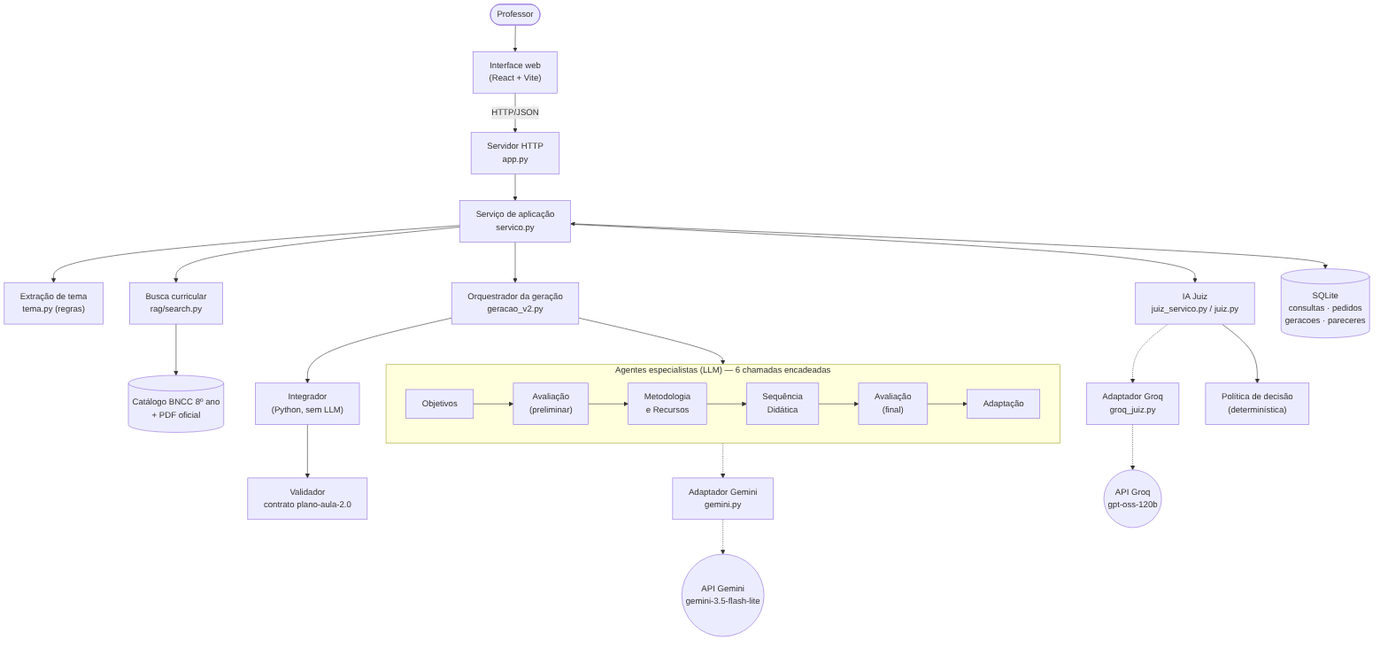
Earlier version of the Mermaid export docs/diagramas/final/componentes.png (Carneiro-Joao/tcc-plataforma-multiagente). Its source is kept beside it as docs/diagramas/final/componentes.mmd.
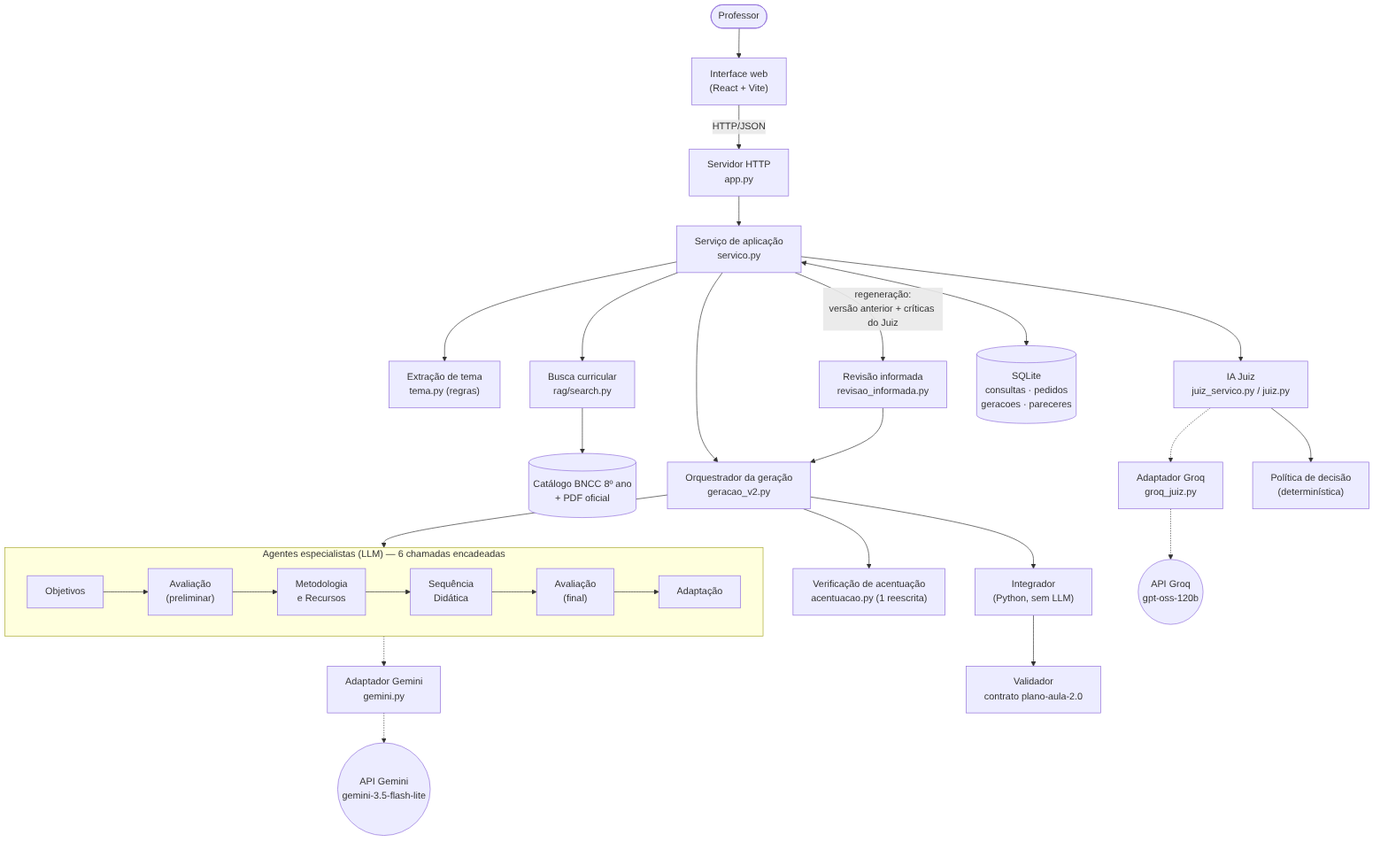
After the commit.

Commit message:
docs(diagramas): componentes com revisao informada e verificacao de acentuacao; SVGs de atividades e sequencia regenerados

The edit, as a diff of the source:
```diff
@@ -6,6 +6,9 @@
     SV --> RAG["Busca curricular<br/>rag/search.py"]
     RAG --> CAT[("Catálogo BNCC 8º ano<br/>+ PDF oficial")]
     SV --> ORQ["Orquestrador da geração<br/>geracao_v2.py"]
+    SV -->|"regeneração:<br/>versão anterior + críticas do Juiz"| REV["Revisão informada<br/>revisao_informada.py"]
+    REV --> ORQ
+    ORQ --> ACE["Verificação de acentuação<br/>acentuacao.py (1 reescrita)"]
     subgraph ESP["Agentes especialistas (LLM) — 6 chamadas encadeadas"]
         direction LR
         A1["Objetivos"] --> A2["Avaliação<br/>(preliminar)"] --> A3["Metodologia<br/>e Recursos"] --> A4["Sequência<br/>Didática"] --> A5["Avaliação<br/>(final)"] --> A6["Adaptação"]
```
